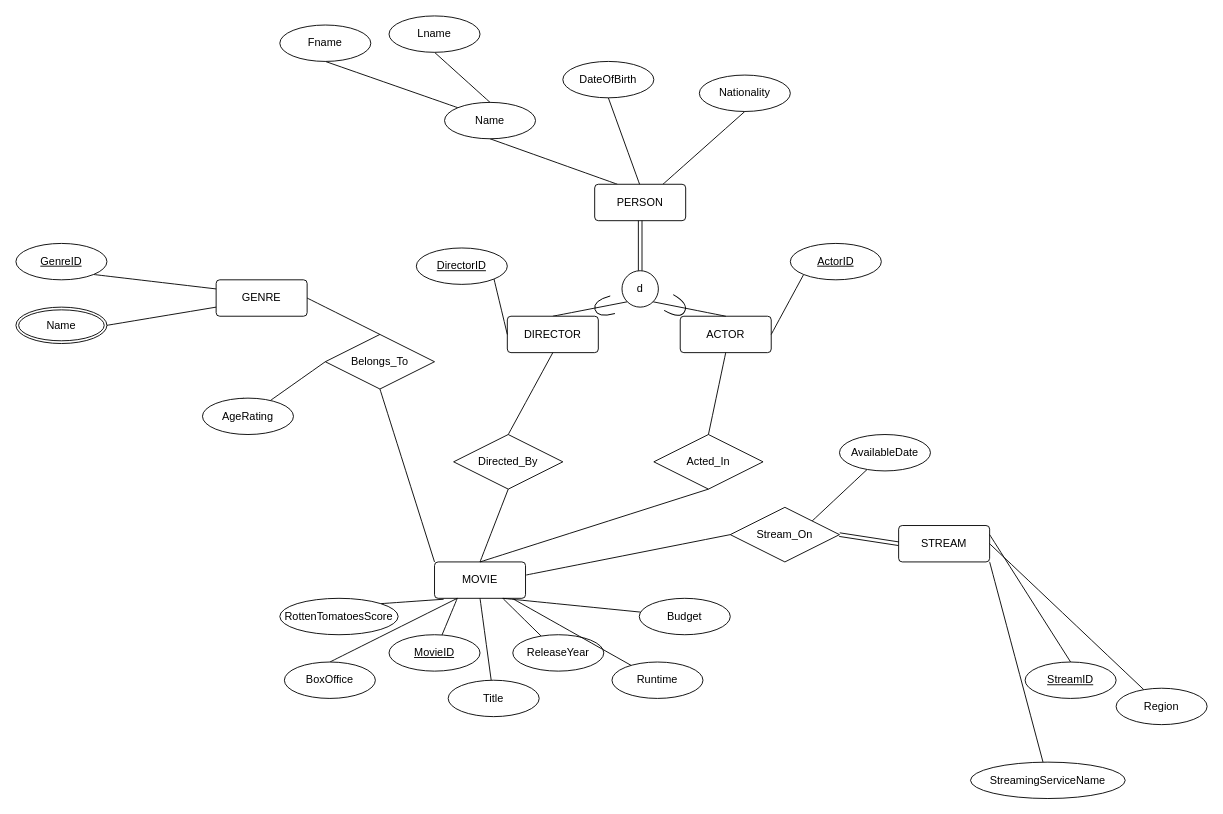
This is MovieBaseEER.drawio from miguelTrC/MovieBaseDB, a draw.io file, before an edit. Source tidied: cells renumbered, new cells numbered last; positions are measured from the earlier drawing's top-left corner, leaving out a move shared by most shapes. Both pictures are drawn from the tidied source at 91%, with x=0, y=0 at pixel (15, 15).
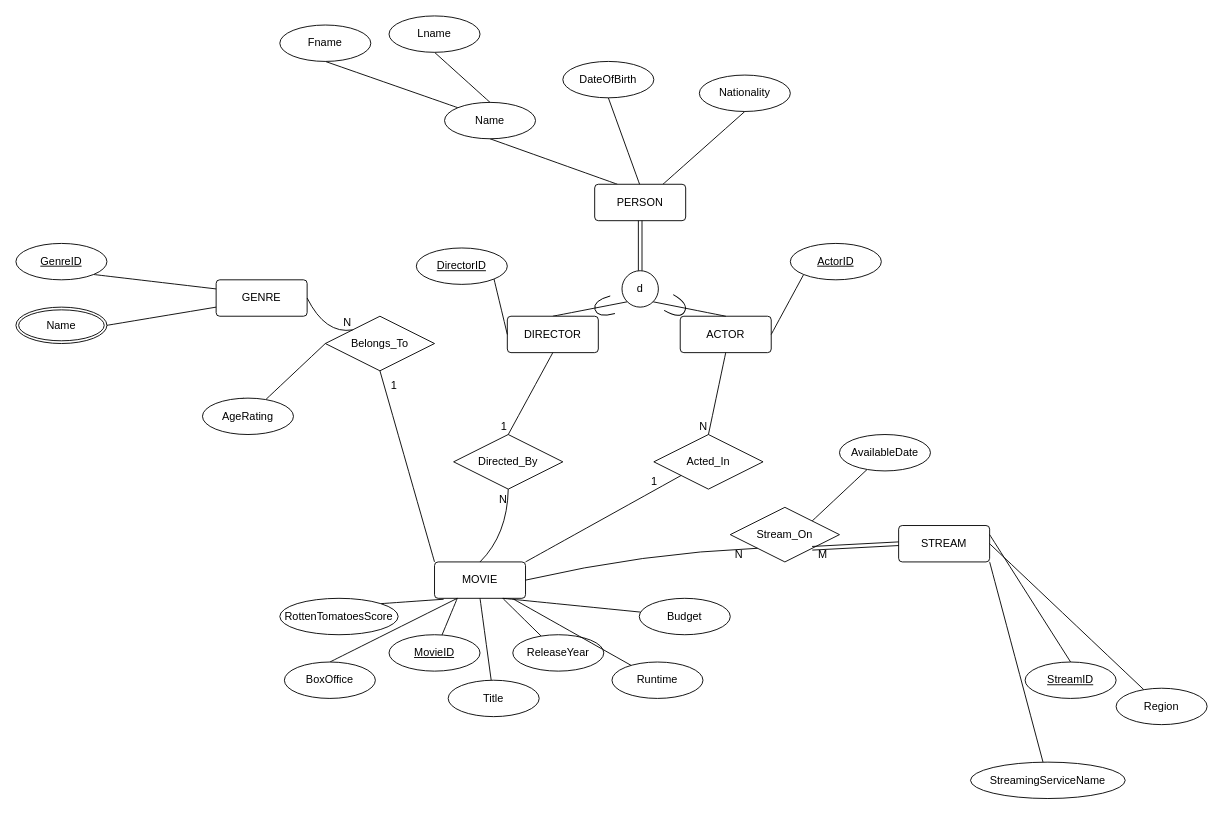
Above is the later version.

Commit message:
Cardinality Finished (needs revision)

Unchanged cells that the change refers to:
```xml
<mxCell id="8" value="ACTOR" style="rounded=1;arcSize=10;whiteSpace=wrap;html=1;align=center;" parent="1" vertex="1">
  <mxGeometry x="730" y="330" width="100" height="40" as="geometry" />
</mxCell>
<mxCell id="9" value="DIRECTOR" style="rounded=1;arcSize=10;whiteSpace=wrap;html=1;align=center;" parent="1" vertex="1">
  <mxGeometry x="540" y="330" width="100" height="40" as="geometry" />
</mxCell>
<mxCell id="11" value="MOVIE" style="rounded=1;arcSize=10;whiteSpace=wrap;html=1;align=center;" parent="1" vertex="1">
  <mxGeometry x="460" y="600" width="100" height="40" as="geometry" />
</mxCell>
<mxCell id="12" value="GENRE" style="rounded=1;arcSize=10;whiteSpace=wrap;html=1;align=center;" parent="1" vertex="1">
  <mxGeometry x="220" y="290" width="100" height="40" as="geometry" />
</mxCell>
<mxCell id="13" value="&lt;div&gt;STREAM&lt;/div&gt;" style="rounded=1;arcSize=10;whiteSpace=wrap;html=1;align=center;" parent="1" vertex="1">
  <mxGeometry x="970" y="560" width="100" height="40" as="geometry" />
</mxCell>
<mxCell id="51" value="Directed_By" style="shape=rhombus;perimeter=rhombusPerimeter;whiteSpace=wrap;html=1;align=center;" parent="1" vertex="1">
  <mxGeometry x="481" y="460" width="120" height="60" as="geometry" />
</mxCell>
<mxCell id="54" value="Acted_In" style="shape=rhombus;perimeter=rhombusPerimeter;whiteSpace=wrap;html=1;align=center;" parent="1" vertex="1">
  <mxGeometry x="701" y="460" width="120" height="60" as="geometry" />
</mxCell>
<mxCell id="60" value="Stream_On" style="shape=rhombus;perimeter=rhombusPerimeter;whiteSpace=wrap;html=1;align=center;" parent="1" vertex="1">
  <mxGeometry x="785" y="540" width="120" height="60" as="geometry" />
</mxCell>
```

The edit, as a diff of the source:
```diff
@@
-    <mxCell id="52" style="endArrow=none;html=1;rounded=0;fontSize=12;startSize=8;endSize=8;curved=1;entryX=0.5;entryY=1;entryDx=0;entryDy=0;exitX=0.5;exitY=0;exitDx=0;exitDy=0;" parent="1" edge="1" source="51" target="9">
-      <mxGeometry relative="1" as="geometry" />
-    </mxCell>
-    <mxCell id="53" style="endArrow=none;html=1;rounded=0;fontSize=12;startSize=8;endSize=8;curved=1;entryX=0.5;entryY=1;entryDx=0;entryDy=0;exitX=0.5;exitY=0;exitDx=0;exitDy=0;" parent="1" edge="1" source="11" target="51">
-      <mxGeometry relative="1" as="geometry" />
-    </mxCell>
@@
-    <mxCell id="55" style="endArrow=none;html=1;rounded=0;fontSize=12;startSize=8;endSize=8;curved=1;entryX=0.5;entryY=1;entryDx=0;entryDy=0;exitX=0.5;exitY=0;exitDx=0;exitDy=0;" parent="1" edge="1" source="11" target="54">
-      <mxGeometry relative="1" as="geometry" />
-    </mxCell>
-    <mxCell id="56" style="endArrow=none;html=1;rounded=0;fontSize=12;startSize=8;endSize=8;curved=1;entryX=0.5;entryY=0;entryDx=0;entryDy=0;exitX=0.5;exitY=1;exitDx=0;exitDy=0;" parent="1" edge="1" source="8" target="54">
-      <mxGeometry relative="1" as="geometry" />
-    </mxCell>
     <mxCell id="57" value="Belongs_To" style="shape=rhombus;perimeter=rhombusPerimeter;whiteSpace=wrap;html=1;align=center;" parent="1" vertex="1">
-      <mxGeometry x="340" y="350" width="120" height="60" as="geometry" />
+      <mxGeometry x="340" y="330" width="120" height="60" as="geometry" />
     </mxCell>
-    <mxCell id="58" style="endArrow=none;html=1;rounded=0;fontSize=12;startSize=8;endSize=8;curved=1;exitX=1;exitY=0.5;exitDx=0;exitDy=0;entryX=0.5;entryY=0;entryDx=0;entryDy=0;" parent="1" edge="1" source="12" target="57">
-      <mxGeometry relative="1" as="geometry" />
-    </mxCell>
-    <mxCell id="59" style="endArrow=none;html=1;rounded=0;fontSize=12;startSize=8;endSize=8;curved=1;entryX=0;entryY=0;entryDx=0;entryDy=0;exitX=0.5;exitY=1;exitDx=0;exitDy=0;" parent="1" edge="1" source="57" target="11">
-      <mxGeometry relative="1" as="geometry" />
-    </mxCell>
@@
-    <mxCell id="61" style="endArrow=none;html=1;rounded=0;fontSize=12;startSize=8;endSize=8;curved=1;exitX=1.008;exitY=0.359;exitDx=0;exitDy=0;exitPerimeter=0;entryX=0;entryY=0.5;entryDx=0;entryDy=0;" parent="1" edge="1" source="11" target="60">
-      <mxGeometry relative="1" as="geometry" />
-    </mxCell>
@@
-    <mxCell id="66" style="shape=link;html=1;rounded=0;fontSize=12;startSize=8;endSize=8;curved=1;exitX=1;exitY=0.5;exitDx=0;exitDy=0;entryX=0;entryY=0.5;entryDx=0;entryDy=0;" parent="1" edge="1" source="60" target="13">
-      <mxGeometry relative="1" as="geometry" />
-    </mxCell>
@@
+    <mxCell id="58" style="endArrow=none;html=1;rounded=0;fontSize=12;startSize=8;endSize=8;curved=1;exitX=1;exitY=0.5;exitDx=0;exitDy=0;entryX=0;entryY=0;entryDx=0;entryDy=0;" parent="1" edge="1" source="12" target="57">
+      <mxGeometry relative="1" as="geometry">
+        <Array as="points">
+          <mxPoint x="340" y="350" />
+        </Array>
+      </mxGeometry>
+    </mxCell>
+    <mxCell id="70" value="N" style="html=1;whiteSpace=wrap;align=right;verticalAlign=bottom;" parent="58" vertex="1">
+      <mxGeometry x="1" relative="1" as="geometry" />
+    </mxCell>
+    <mxCell id="71" style="endArrow=none;html=1;rounded=0;fontSize=12;startSize=8;endSize=8;curved=1;entryX=0.5;entryY=1;entryDx=0;entryDy=0;exitX=0;exitY=0;exitDx=0;exitDy=0;" parent="1" edge="1" source="11" target="57">
+      <mxGeometry relative="1" as="geometry" />
+    </mxCell>
+    <mxCell id="72" value="1" style="html=1;whiteSpace=wrap;align=right;verticalAlign=bottom;" parent="71" vertex="1">
+      <mxGeometry x="1" relative="1" as="geometry">
+        <mxPoint x="20" y="25" as="offset" />
+      </mxGeometry>
+    </mxCell>
+    <mxCell id="73" style="endArrow=none;html=1;rounded=0;fontSize=12;startSize=8;endSize=8;curved=1;exitX=0.5;exitY=1;exitDx=0;exitDy=0;entryX=0.5;entryY=0;entryDx=0;entryDy=0;" parent="1" edge="1" source="9" target="51">
+      <mxGeometry relative="1" as="geometry" />
+    </mxCell>
+    <mxCell id="74" value="1" style="html=1;whiteSpace=wrap;align=right;verticalAlign=bottom;" parent="73" vertex="1">
+      <mxGeometry x="1" relative="1" as="geometry" />
+    </mxCell>
+    <mxCell id="75" style="endArrow=none;html=1;rounded=0;fontSize=12;startSize=8;endSize=8;curved=1;entryX=0.5;entryY=1;entryDx=0;entryDy=0;" parent="1" edge="1" target="51">
+      <mxGeometry relative="1" as="geometry">
+        <mxPoint x="510" y="600" as="sourcePoint" />
+        <Array as="points">
+          <mxPoint x="540" y="570" />
+        </Array>
+      </mxGeometry>
+    </mxCell>
+    <mxCell id="76" value="N" style="html=1;whiteSpace=wrap;align=right;verticalAlign=bottom;" parent="75" vertex="1">
+      <mxGeometry x="1" relative="1" as="geometry">
+        <mxPoint y="20" as="offset" />
+      </mxGeometry>
+    </mxCell>
+    <mxCell id="55" style="endArrow=none;html=1;rounded=0;fontSize=12;startSize=8;endSize=8;curved=1;entryX=0;entryY=1;entryDx=0;entryDy=0;exitX=1;exitY=0;exitDx=0;exitDy=0;" parent="1" edge="1" source="11" target="54">
+      <mxGeometry relative="1" as="geometry" />
+    </mxCell>
+    <mxCell id="77" value="1" style="html=1;whiteSpace=wrap;align=right;verticalAlign=bottom;" parent="55" vertex="1">
+      <mxGeometry x="1" relative="1" as="geometry">
+        <mxPoint x="-25" y="15" as="offset" />
+      </mxGeometry>
+    </mxCell>
+    <mxCell id="56" style="endArrow=none;html=1;rounded=0;fontSize=12;startSize=8;endSize=8;curved=1;exitX=0.5;exitY=1;exitDx=0;exitDy=0;entryX=0.5;entryY=0;entryDx=0;entryDy=0;" parent="1" edge="1" source="8" target="54">
+      <mxGeometry relative="1" as="geometry" />
+    </mxCell>
+    <mxCell id="78" value="N" style="html=1;whiteSpace=wrap;align=right;verticalAlign=bottom;" parent="56" vertex="1">
+      <mxGeometry x="1" relative="1" as="geometry" />
+    </mxCell>
+    <mxCell id="61" style="endArrow=none;html=1;rounded=0;fontSize=12;startSize=8;endSize=8;curved=1;exitX=1;exitY=0.5;exitDx=0;exitDy=0;entryX=0;entryY=1;entryDx=0;entryDy=0;" parent="1" edge="1" source="11" target="60">
+      <mxGeometry relative="1" as="geometry">
+        <Array as="points">
+          <mxPoint x="690" y="590" />
+        </Array>
+      </mxGeometry>
+    </mxCell>
+    <mxCell id="79" value="N" style="html=1;whiteSpace=wrap;align=right;verticalAlign=bottom;" parent="61" vertex="1">
+      <mxGeometry x="1" relative="1" as="geometry">
+        <mxPoint x="-15" y="15" as="offset" />
+      </mxGeometry>
+    </mxCell>
+    <mxCell id="66" style="shape=link;html=1;rounded=0;fontSize=12;startSize=8;endSize=8;curved=1;exitX=1;exitY=1;exitDx=0;exitDy=0;entryX=0;entryY=0.5;entryDx=0;entryDy=0;" parent="1" edge="1" source="60" target="13">
+      <mxGeometry relative="1" as="geometry" />
+    </mxCell>
+    <mxCell id="80" value="M" style="html=1;whiteSpace=wrap;align=left;verticalAlign=bottom;" parent="66" vertex="1">
+      <mxGeometry x="-1" relative="1" as="geometry">
+        <mxPoint x="5" y="15" as="offset" />
+      </mxGeometry>
+    </mxCell>
```
